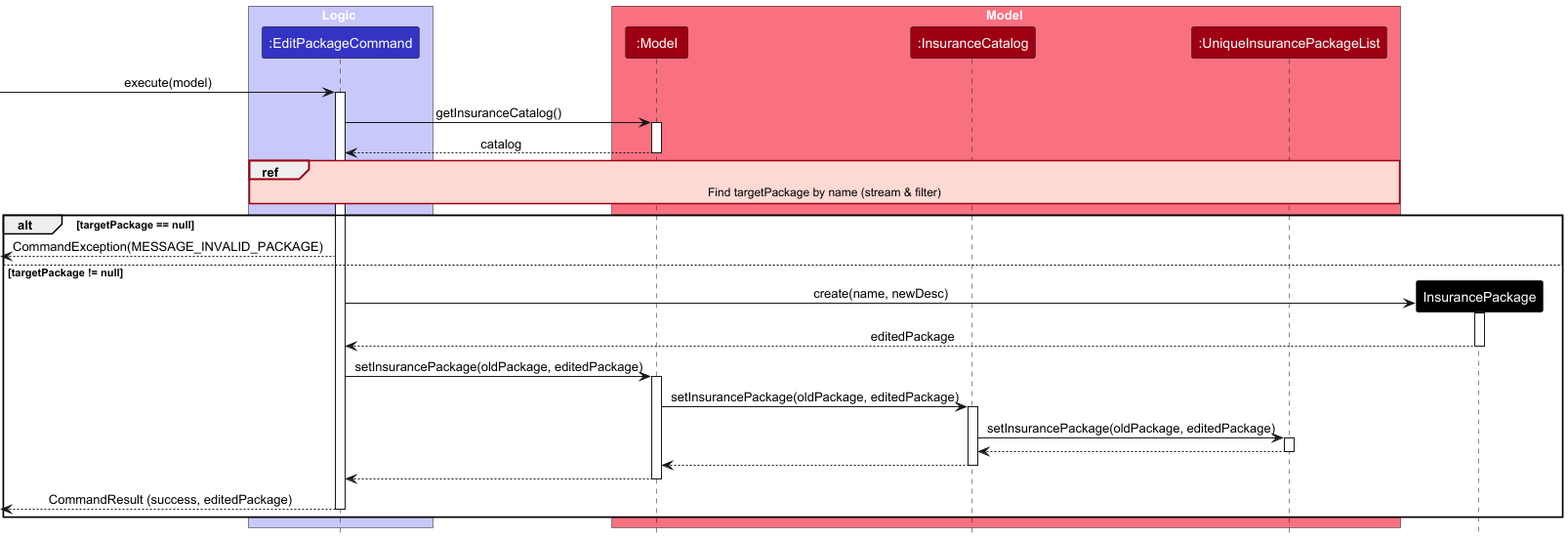
Above: docs/images/EditPackageSequenceDiagram.png in owjd03/tp (PlantUML), before the change.
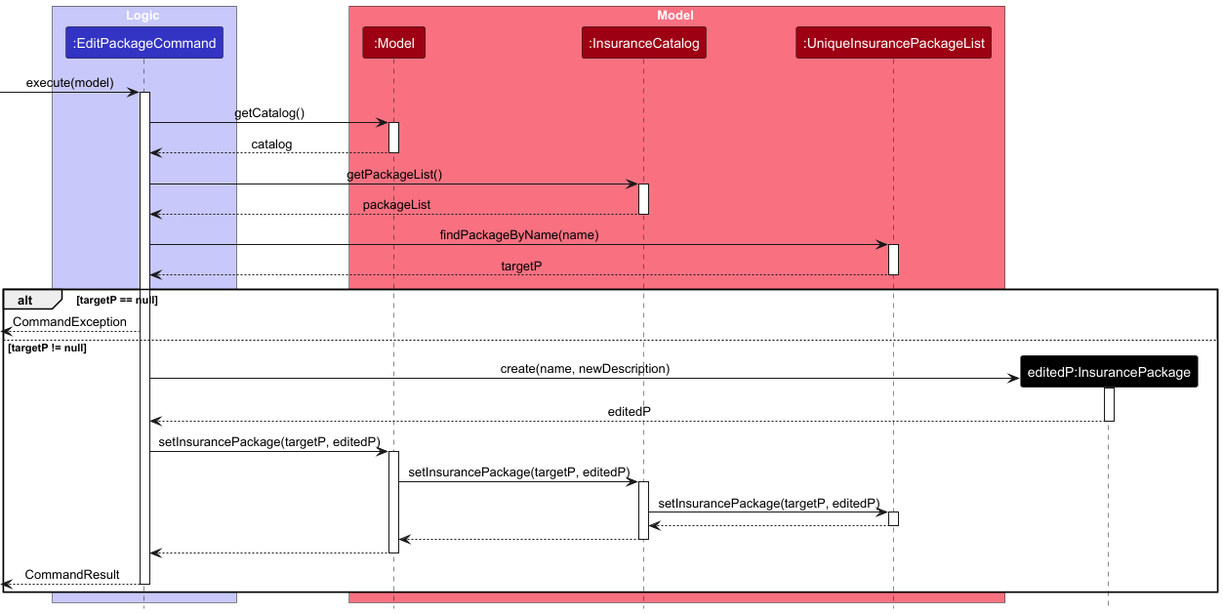
The same file after the commit.

Commit message:
Replace old diagram

The edit, as a diff of the source:
```diff
@@ -3,53 +3,61 @@
 skinparam ArrowFontStyle plain
 
 box Logic #C8C8FA
-participant ":EditPackageCommand" as EditCmd #3333C4
+participant ":EditPackageCommand" as EditPackageCommand #3333C4
 end box
 
 box Model #F97181
-participant ":Model" as M #9D0012
-participant ":InsuranceCatalog" as Catalog #9D0012
-participant ":UniqueInsurancePackageList" as PkgList #9D0012
+participant ":Model" as Model #9D0012
+participant ":InsuranceCatalog" as InsuranceCatalog #9D0012
+participant ":UniqueInsurancePackageList" as UniqueInsurancePackageList #9D0012
 end box
 
-[-> EditCmd : execute(model)
-activate EditCmd
+[-> EditPackageCommand : execute(model)
+activate EditPackageCommand
 
-EditCmd -> M : getInsuranceCatalog()
-activate M
-M --> EditCmd : catalog
-deactivate M
+EditPackageCommand -> Model : getCatalog()
+activate Model
+Model --> EditPackageCommand : catalog
+deactivate Model
 
-ref over EditCmd, Catalog, PkgList : Find targetPackage by name (stream & filter)
+EditPackageCommand -> InsuranceCatalog : getPackageList()
+activate InsuranceCatalog
+InsuranceCatalog --> EditPackageCommand : packageList
+deactivate InsuranceCatalog
 
+EditPackageCommand -> UniqueInsurancePackageList : findPackageByName(name)
+activate UniqueInsurancePackageList
 
-alt targetPackage == null
-    <-- EditCmd : CommandException(MESSAGE_INVALID_PACKAGE)
-else targetPackage != null
-    EditCmd -> InsurancePackage ** #00008B : create(name, newDesc)
-    activate InsurancePackage
-    InsurancePackage --> EditCmd : editedPackage
-    deactivate InsurancePackage
+UniqueInsurancePackageList --> EditPackageCommand : targetP
+deactivate UniqueInsurancePackageList
 
-    EditCmd -> M : setInsurancePackage(oldPackage, editedPackage)
-        activate M
+alt targetP == null
+    <-- EditPackageCommand : CommandException
+else targetP != null
+    EditPackageCommand -> "editedP:InsurancePackage" ** #00008B : create(name, newDescription)
+    activate "editedP:InsurancePackage"
+    "editedP:InsurancePackage" --> EditPackageCommand : editedP
+    deactivate "editedP:InsurancePackage"
 
-        M -> Catalog : setInsurancePackage(oldPackage, editedPackage)
-        activate Catalog
+    EditPackageCommand -> Model : setInsurancePackage(targetP, editedP)
+        activate Model
 
-        Catalog -> PkgList : setInsurancePackage(oldPackage, editedPackage)
-        activate PkgList
+        Model -> InsuranceCatalog : setInsurancePackage(targetP, editedP)
+        activate InsuranceCatalog
 
-        PkgList --> Catalog
-        deactivate PkgList
+        InsuranceCatalog -> UniqueInsurancePackageList : setInsurancePackage(targetP, editedP)
+        activate UniqueInsurancePackageList
 
-        Catalog --> M
-        deactivate Catalog
+        UniqueInsurancePackageList --> InsuranceCatalog
+        deactivate UniqueInsurancePackageList
 
-        M --> EditCmd
-        deactivate M
+        InsuranceCatalog --> Model
+        deactivate InsuranceCatalog
 
-    <-- EditCmd : CommandResult (success, editedPackage)
-    deactivate EditCmd
+        Model --> EditPackageCommand
+        deactivate Model
+
+    <-- EditPackageCommand : CommandResult
+    deactivate EditPackageCommand
 end
 @enduml
```
